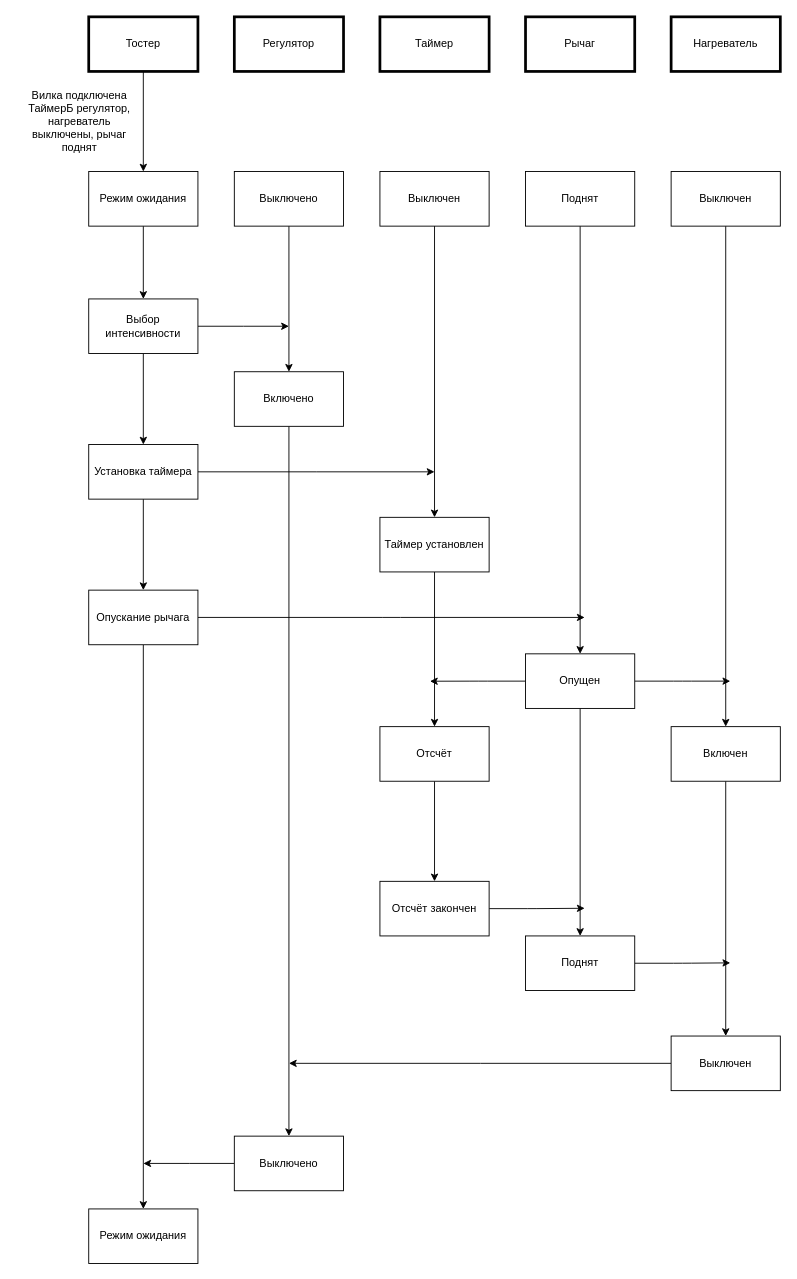
pai0id/IU7_sem4_oop keeps this draw.io diagram as page "КУ" (4 of 5) of lab_05/toaster.drawio. Above is the earlier version. Source tidied: cells renumbered, new cells numbered last; positions are measured from the earlier drawing's top-left corner, leaving out a move shared by most shapes. Both pictures are drawn from the tidied source at 91%, with x=0, y=0 at pixel (15, 16).
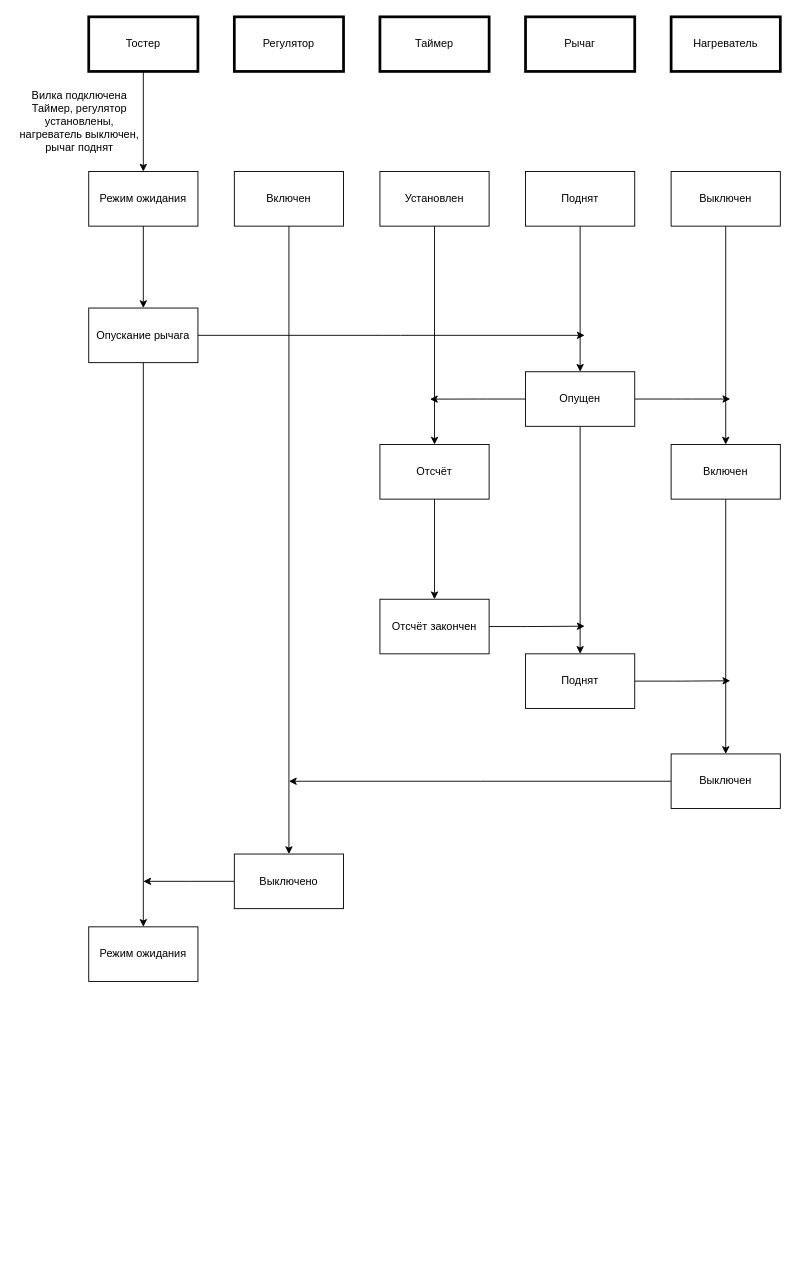
The same page after the edit.

Unchanged cells that the change refers to:
```xml
<mxCell id="8" value="Режим ожидания" style="rounded=0;whiteSpace=wrap;html=1;strokeWidth=1;" parent="1" vertex="1">
  <mxGeometry x="80" y="170" width="120" height="60" as="geometry" />
</mxCell>
```

The edit, as a diff of the source:
```diff
@@
-    <mxCell id="7" style="edgeStyle=orthogonalEdgeStyle;rounded=0;jettySize=auto;html=1;entryX=0.5;entryY=0;entryDx=0;entryDy=0;" parent="1" edge="1" source="8" target="36">
-      <mxGeometry relative="1" as="geometry" />
-    </mxCell>
@@
-    <mxCell id="9" value="Вилка подключена&lt;br&gt;ТаймерБ регулятор, нагреватель выключены, рычаг поднят" style="text;html=1;strokeColor=none;align=center;verticalAlign=middle;whiteSpace=wrap;rounded=0;glass=0;" parent="1" vertex="1">
+    <mxCell id="9" value="Вилка подключена&lt;br&gt;Таймер, регулятор установлены, нагреватель выключен, рычаг поднят" style="text;html=1;strokeColor=none;align=center;verticalAlign=middle;whiteSpace=wrap;rounded=0;glass=0;" parent="1" vertex="1">
       <mxGeometry y="70" width="140" height="90" as="geometry" />
     </mxCell>
-    <mxCell id="10" value="Выключен" style="rounded=0;whiteSpace=wrap;html=1;strokeWidth=1;" parent="1" vertex="1">
+    <mxCell id="10" value="Установлен" style="rounded=0;whiteSpace=wrap;html=1;strokeWidth=1;" parent="1" vertex="1">
       <mxGeometry x="400" y="170" width="120" height="60" as="geometry" />
     </mxCell>
-    <mxCell id="11" style="edgeStyle=orthogonalEdgeStyle;rounded=0;jettySize=auto;html=1;" parent="1" edge="1" source="12" target="27">
-      <mxGeometry relative="1" as="geometry" />
-    </mxCell>
-    <mxCell id="12" value="Выключено" style="rounded=0;whiteSpace=wrap;html=1;strokeWidth=1;" parent="1" vertex="1">
+    <mxCell id="12" value="Включен" style="rounded=0;whiteSpace=wrap;html=1;strokeWidth=1;" parent="1" vertex="1">
       <mxGeometry x="240" y="170" width="120" height="60" as="geometry" />
     </mxCell>
@@
-    <mxCell id="15" style="edgeStyle=orthogonalEdgeStyle;rounded=0;jettySize=auto;html=1;" parent="1" edge="1" source="17">
-      <mxGeometry relative="1" as="geometry">
-        <mxPoint x="460" y="500" as="targetPoint" />
-      </mxGeometry>
-    </mxCell>
-    <mxCell id="16" style="edgeStyle=orthogonalEdgeStyle;shape=connector;rounded=1;html=1;exitX=0.5;exitY=1;exitDx=0;exitDy=0;entryX=0.5;entryY=0;entryDx=0;entryDy=0;labelBackgroundColor=default;strokeColor=default;fontFamily=Helvetica;fontSize=11;fontColor=default;startArrow=none;startFill=0;endArrow=classic;endFill=1;" parent="1" edge="1" source="17" target="42">
+    <mxCell id="16" style="edgeStyle=orthogonalEdgeStyle;shape=connector;rounded=1;html=1;exitX=0.5;exitY=1;exitDx=0;exitDy=0;entryX=0.5;entryY=0;entryDx=0;entryDy=0;labelBackgroundColor=default;strokeColor=default;fontFamily=Helvetica;fontSize=11;fontColor=default;startArrow=none;startFill=0;endArrow=classic;endFill=1;" parent="1" edge="1" source="8" target="42">
       <mxGeometry relative="1" as="geometry" />
     </mxCell>
-    <mxCell id="17" value="Установка таймера" style="rounded=0;whiteSpace=wrap;html=1;strokeWidth=1;" parent="1" vertex="1">
-      <mxGeometry x="80" y="470" width="120" height="60" as="geometry" />
-    </mxCell>
-    <mxCell id="18" style="edgeStyle=orthogonalEdgeStyle;rounded=0;jettySize=auto;html=1;" parent="1" edge="1" source="19" target="22">
+    <mxCell id="18" style="edgeStyle=orthogonalEdgeStyle;rounded=0;jettySize=auto;html=1;exitX=0.5;exitY=1;exitDx=0;exitDy=0;" parent="1" edge="1" source="10" target="22">
       <mxGeometry relative="1" as="geometry" />
     </mxCell>
-    <mxCell id="19" value="Таймер установлен" style="rounded=0;whiteSpace=wrap;html=1;strokeWidth=1;" parent="1" vertex="1">
-      <mxGeometry x="400" y="550" width="120" height="60" as="geometry" />
-    </mxCell>
-    <mxCell id="20" style="endArrow=classic;html=1;exitX=0.5;exitY=1;exitDx=0;exitDy=0;entryX=0.5;entryY=0;entryDx=0;entryDy=0;" parent="1" edge="1" source="10" target="19">
-      <mxGeometry relative="1" as="geometry" />
-    </mxCell>
@@
     <mxCell id="22" value="Отсчёт" style="rounded=0;whiteSpace=wrap;html=1;strokeWidth=1;" parent="1" vertex="1">
-      <mxGeometry x="400" y="780" width="120" height="60" as="geometry" />
+      <mxGeometry x="400" y="470" width="120" height="60" as="geometry" />
     </mxCell>
     <mxCell id="23" style="edgeStyle=orthogonalEdgeStyle;shape=connector;rounded=1;html=1;exitX=1;exitY=0.5;exitDx=0;exitDy=0;labelBackgroundColor=default;strokeColor=default;fontFamily=Helvetica;fontSize=11;fontColor=default;startArrow=none;startFill=0;endArrow=classic;endFill=1;" parent="1" edge="1" source="24">
       <mxGeometry relative="1" as="geometry">
-        <mxPoint x="625" y="979.6" as="targetPoint" />
+        <mxPoint x="625" y="669.6" as="targetPoint" />
       </mxGeometry>
     </mxCell>
     <mxCell id="24" value="Отсчёт закончен" style="rounded=0;whiteSpace=wrap;html=1;strokeWidth=1;" parent="1" vertex="1">
-      <mxGeometry x="400" y="950" width="120" height="60" as="geometry" />
+      <mxGeometry x="400" y="640" width="120" height="60" as="geometry" />
     </mxCell>
     <mxCell id="25" value="Режим ожидания" style="rounded=0;whiteSpace=wrap;html=1;strokeWidth=1;" parent="1" vertex="1">
-      <mxGeometry x="80" y="1310" width="120" height="60" as="geometry" />
+      <mxGeometry x="80" y="1000" width="120" height="60" as="geometry" />
     </mxCell>
-    <mxCell id="26" style="edgeStyle=orthogonalEdgeStyle;rounded=0;jettySize=auto;html=1;" parent="1" edge="1" source="27" target="31">
+    <mxCell id="26" style="edgeStyle=orthogonalEdgeStyle;rounded=0;jettySize=auto;html=1;exitX=0.5;exitY=1;exitDx=0;exitDy=0;" parent="1" edge="1" source="12" target="31">
       <mxGeometry relative="1" as="geometry" />
     </mxCell>
-    <mxCell id="27" value="Включено" style="rounded=0;whiteSpace=wrap;html=1;strokeWidth=1;" parent="1" vertex="1">
-      <mxGeometry x="240" y="390" width="120" height="60" as="geometry" />
-    </mxCell>
@@
     <mxCell id="29" value="Включен" style="rounded=0;whiteSpace=wrap;html=1;strokeWidth=1;" parent="1" vertex="1">
-      <mxGeometry x="720" y="780" width="120" height="60" as="geometry" />
+      <mxGeometry x="720" y="470" width="120" height="60" as="geometry" />
     </mxCell>
     <mxCell id="30" style="edgeStyle=orthogonalEdgeStyle;rounded=0;jettySize=auto;html=1;" parent="1" edge="1" source="31">
       <mxGeometry relative="1" as="geometry">
-        <mxPoint x="140" y="1260" as="targetPoint" />
+        <mxPoint x="140" y="950" as="targetPoint" />
       </mxGeometry>
     </mxCell>
     <mxCell id="31" value="Выключено" style="rounded=0;whiteSpace=wrap;html=1;strokeWidth=1;" parent="1" vertex="1">
-      <mxGeometry x="240" y="1230" width="120" height="60" as="geometry" />
+      <mxGeometry x="240" y="920" width="120" height="60" as="geometry" />
     </mxCell>
     <mxCell id="32" style="edgeStyle=orthogonalEdgeStyle;rounded=0;jettySize=auto;html=1;" parent="1" edge="1" source="33">
       <mxGeometry relative="1" as="geometry">
-        <mxPoint x="300" y="1150" as="targetPoint" />
+        <mxPoint x="300" y="840" as="targetPoint" />
       </mxGeometry>
     </mxCell>
     <mxCell id="33" value="Выключен" style="rounded=0;whiteSpace=wrap;html=1;strokeWidth=1;" parent="1" vertex="1">
-      <mxGeometry x="720" y="1120" width="120" height="60" as="geometry" />
+      <mxGeometry x="720" y="810" width="120" height="60" as="geometry" />
     </mxCell>
-    <mxCell id="34" style="edgeStyle=orthogonalEdgeStyle;rounded=0;jettySize=auto;html=1;exitX=1;exitY=0.5;exitDx=0;exitDy=0;" parent="1" edge="1" source="36">
-      <mxGeometry relative="1" as="geometry">
-        <mxPoint x="300" y="340" as="targetPoint" />
-      </mxGeometry>
-    </mxCell>
-    <mxCell id="35" style="edgeStyle=orthogonalEdgeStyle;rounded=0;jettySize=auto;html=1;entryX=0.5;entryY=0;entryDx=0;entryDy=0;" parent="1" edge="1" source="36" target="17">
-      <mxGeometry relative="1" as="geometry" />
-    </mxCell>
-    <mxCell id="36" value="Выбор интенсивности" style="rounded=0;whiteSpace=wrap;html=1;strokeWidth=1;" parent="1" vertex="1">
-      <mxGeometry x="80" y="310" width="120" height="60" as="geometry" />
-    </mxCell>
@@
     <mxCell id="40" style="edgeStyle=orthogonalEdgeStyle;shape=connector;rounded=1;html=1;exitX=1;exitY=0.5;exitDx=0;exitDy=0;labelBackgroundColor=default;strokeColor=default;fontFamily=Helvetica;fontSize=11;fontColor=default;startArrow=none;startFill=0;endArrow=classic;endFill=1;" parent="1" edge="1" source="42">
       <mxGeometry relative="1" as="geometry">
-        <mxPoint x="625" y="660" as="targetPoint" />
+        <mxPoint x="625" y="350" as="targetPoint" />
       </mxGeometry>
     </mxCell>
@@
     <mxCell id="42" value="Опускание рычага" style="rounded=0;whiteSpace=wrap;html=1;strokeWidth=1;" parent="1" vertex="1">
-      <mxGeometry x="80" y="630" width="120" height="60" as="geometry" />
+      <mxGeometry x="80" y="320" width="120" height="60" as="geometry" />
     </mxCell>
@@
     <mxCell id="44" style="edgeStyle=orthogonalEdgeStyle;shape=connector;rounded=1;html=1;exitX=1;exitY=0.5;exitDx=0;exitDy=0;labelBackgroundColor=default;strokeColor=default;fontFamily=Helvetica;fontSize=11;fontColor=default;startArrow=none;startFill=0;endArrow=classic;endFill=1;" parent="1" edge="1" source="46">
       <mxGeometry relative="1" as="geometry">
-        <mxPoint x="785" y="730" as="targetPoint" />
+        <mxPoint x="785" y="420" as="targetPoint" />
       </mxGeometry>
     </mxCell>
     <mxCell id="45" style="edgeStyle=orthogonalEdgeStyle;shape=connector;rounded=1;html=1;exitX=0;exitY=0.5;exitDx=0;exitDy=0;labelBackgroundColor=default;strokeColor=default;fontFamily=Helvetica;fontSize=11;fontColor=default;startArrow=none;startFill=0;endArrow=classic;endFill=1;" parent="1" edge="1" source="46">
       <mxGeometry relative="1" as="geometry">
-        <mxPoint x="455" y="730.1" as="targetPoint" />
+        <mxPoint x="455" y="420.1" as="targetPoint" />
       </mxGeometry>
     </mxCell>
     <mxCell id="46" value="Опущен" style="rounded=0;whiteSpace=wrap;html=1;strokeWidth=1;" parent="1" vertex="1">
-      <mxGeometry x="560" y="700" width="120" height="60" as="geometry" />
+      <mxGeometry x="560" y="390" width="120" height="60" as="geometry" />
     </mxCell>
     <mxCell id="47" style="edgeStyle=orthogonalEdgeStyle;shape=connector;rounded=1;html=1;exitX=1;exitY=0.5;exitDx=0;exitDy=0;labelBackgroundColor=default;strokeColor=default;fontFamily=Helvetica;fontSize=11;fontColor=default;startArrow=none;startFill=0;endArrow=classic;endFill=1;" parent="1" edge="1" source="48">
       <mxGeometry relative="1" as="geometry">
-        <mxPoint x="785" y="1039.6" as="targetPoint" />
+        <mxPoint x="785" y="729.6" as="targetPoint" />
       </mxGeometry>
     </mxCell>
     <mxCell id="48" value="Поднят" style="rounded=0;whiteSpace=wrap;html=1;strokeWidth=1;" parent="1" vertex="1">
-      <mxGeometry x="560" y="1010" width="120" height="60" as="geometry" />
+      <mxGeometry x="560" y="700" width="120" height="60" as="geometry" />
     </mxCell>
```
